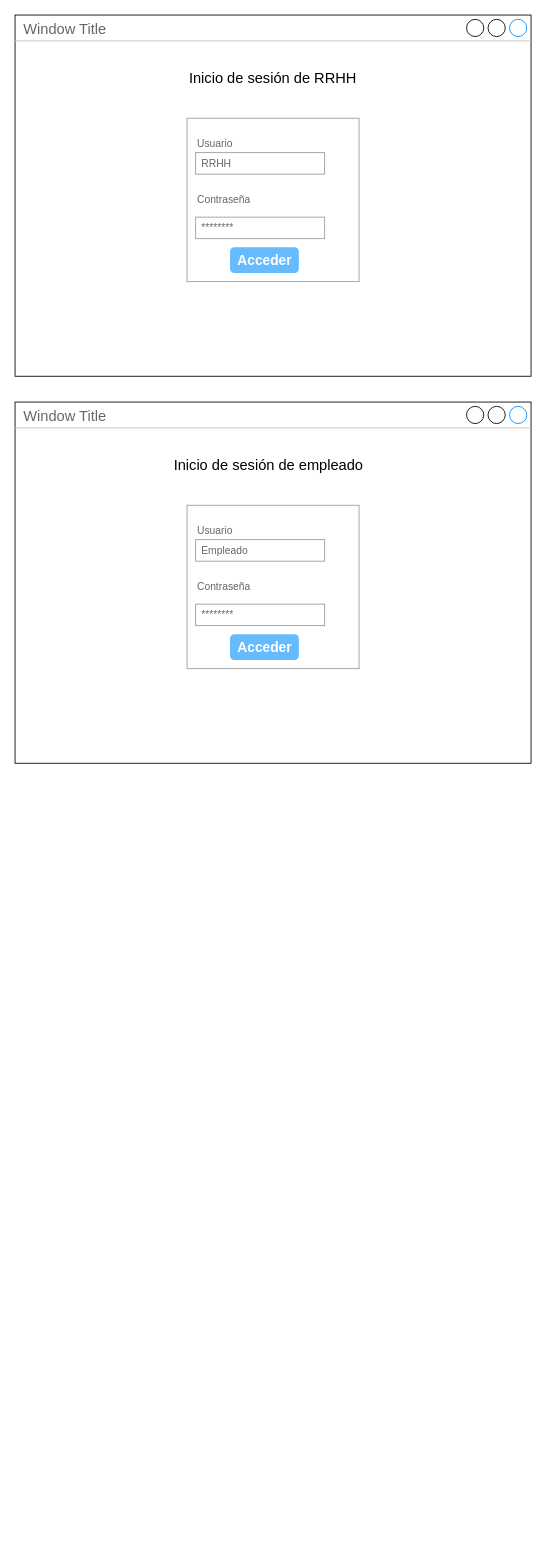
Above: MockUp aplicacion.drawio in KTtazo/practicaExtraordianria (draw.io), before the change. Source tidied: cells renumbered, new cells numbered last; positions are measured from the earlier drawing's top-left corner, leaving out a move shared by most shapes. Both pictures are drawn from the tidied source at 86%, with x=0, y=0 at pixel (15, 15).
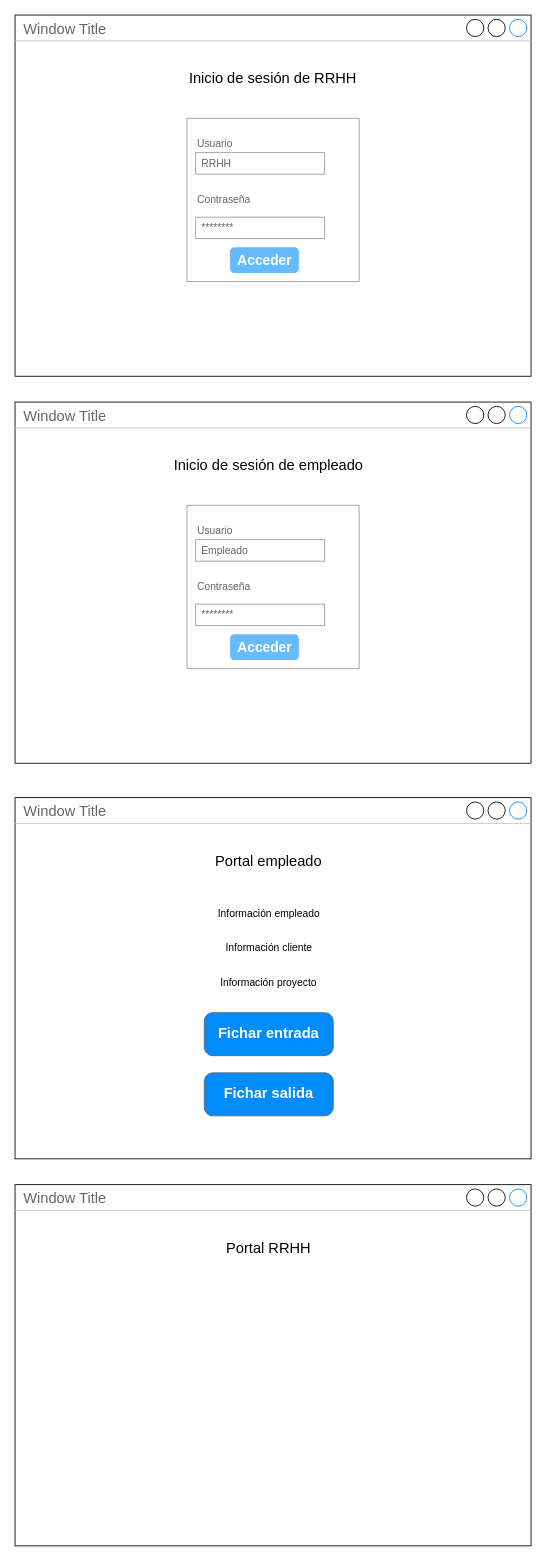
The same page after the edit.

Change to the diagram source:
```diff
@@
+    <mxCell id="18" value="Window Title" style="strokeWidth=1;shadow=0;dashed=0;align=center;html=1;shape=mxgraph.mockup.containers.window;align=left;verticalAlign=top;spacingLeft=8;strokeColor2=#008cff;strokeColor3=#c4c4c4;fontColor=#666666;mainText=;fontSize=17;labelBackgroundColor=none;whiteSpace=wrap;" parent="1" vertex="1">
+      <mxGeometry y="910" width="600" height="420" as="geometry" />
+    </mxCell>
+    <mxCell id="19" value="&lt;font style=&quot;font-size: 17px;&quot;&gt;Portal empleado&lt;/font&gt;" style="text;html=1;strokeColor=none;fillColor=none;align=center;verticalAlign=middle;whiteSpace=wrap;rounded=0;" parent="1" vertex="1">
+      <mxGeometry x="180" y="970" width="230" height="30" as="geometry" />
+    </mxCell>
+    <mxCell id="20" value="Fichar salida" style="strokeWidth=1;shadow=0;dashed=0;align=center;html=1;shape=mxgraph.mockup.buttons.button;strokeColor=#666666;fontColor=#ffffff;mainText=;buttonStyle=round;fontSize=17;fontStyle=1;fillColor=#008cff;whiteSpace=wrap;" parent="1" vertex="1">
+      <mxGeometry x="220" y="1230" width="150" height="50" as="geometry" />
+    </mxCell>
+    <mxCell id="21" value="Fichar entrada" style="strokeWidth=1;shadow=0;dashed=0;align=center;html=1;shape=mxgraph.mockup.buttons.button;strokeColor=#666666;fontColor=#ffffff;mainText=;buttonStyle=round;fontSize=17;fontStyle=1;fillColor=#008cff;whiteSpace=wrap;" parent="1" vertex="1">
+      <mxGeometry x="220" y="1160" width="150" height="50" as="geometry" />
+    </mxCell>
+    <mxCell id="22" value="Información proyecto" style="text;html=1;strokeColor=none;fillColor=none;align=center;verticalAlign=middle;whiteSpace=wrap;rounded=0;" parent="1" vertex="1">
+      <mxGeometry x="225" y="1110" width="140" height="30" as="geometry" />
+    </mxCell>
+    <mxCell id="23" value="Información cliente" style="text;html=1;strokeColor=none;fillColor=none;align=center;verticalAlign=middle;whiteSpace=wrap;rounded=0;" parent="1" vertex="1">
+      <mxGeometry x="242.5" y="1070" width="105" height="30" as="geometry" />
+    </mxCell>
+    <mxCell id="24" value="Información empleado" style="text;html=1;strokeColor=none;fillColor=none;align=center;verticalAlign=middle;whiteSpace=wrap;rounded=0;" parent="1" vertex="1">
+      <mxGeometry x="222.5" y="1030" width="145" height="30" as="geometry" />
+    </mxCell>
+    <mxCell id="25" value="Window Title" style="strokeWidth=1;shadow=0;dashed=0;align=center;html=1;shape=mxgraph.mockup.containers.window;align=left;verticalAlign=top;spacingLeft=8;strokeColor2=#008cff;strokeColor3=#c4c4c4;fontColor=#666666;mainText=;fontSize=17;labelBackgroundColor=none;whiteSpace=wrap;" parent="1" vertex="1">
+      <mxGeometry y="1360" width="600" height="420" as="geometry" />
+    </mxCell>
+    <mxCell id="26" value="&lt;font style=&quot;font-size: 17px;&quot;&gt;Portal RRHH&lt;/font&gt;" style="text;html=1;strokeColor=none;fillColor=none;align=center;verticalAlign=middle;whiteSpace=wrap;rounded=0;" parent="1" vertex="1">
+      <mxGeometry x="180" y="1420" width="230" height="30" as="geometry" />
+    </mxCell>
```
